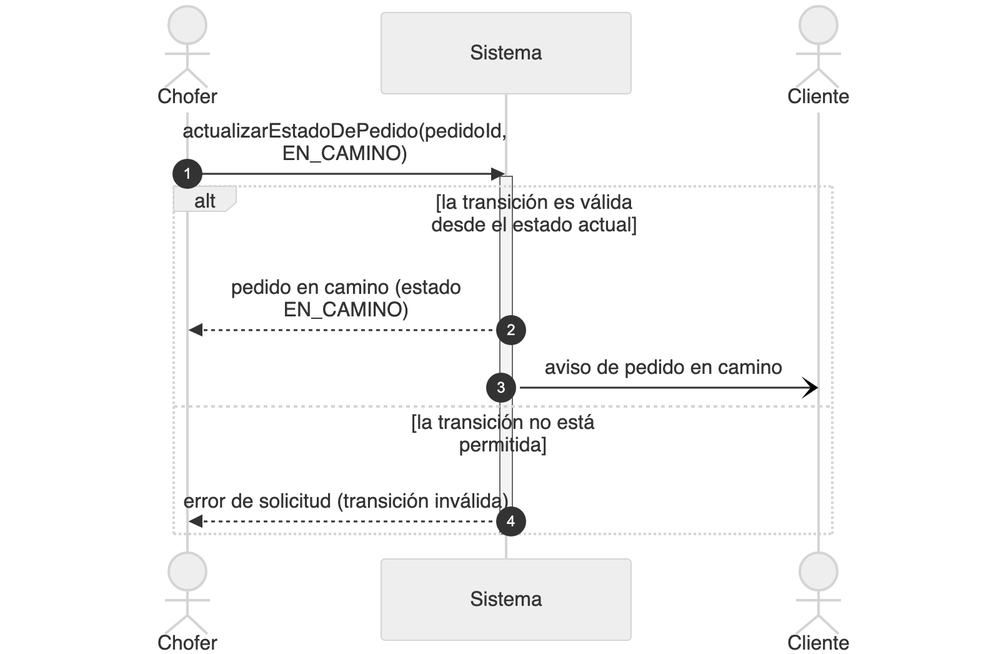
The Mermaid diagram diagramas/png/DSS_CU-018_Marcar-Pedido-En-Camino.png in Nahuelito-Dev/splg-docs, before a commit. Its source is kept beside it as diagramas/DSS_CU-018_Marcar-Pedido-En-Camino.mmd.
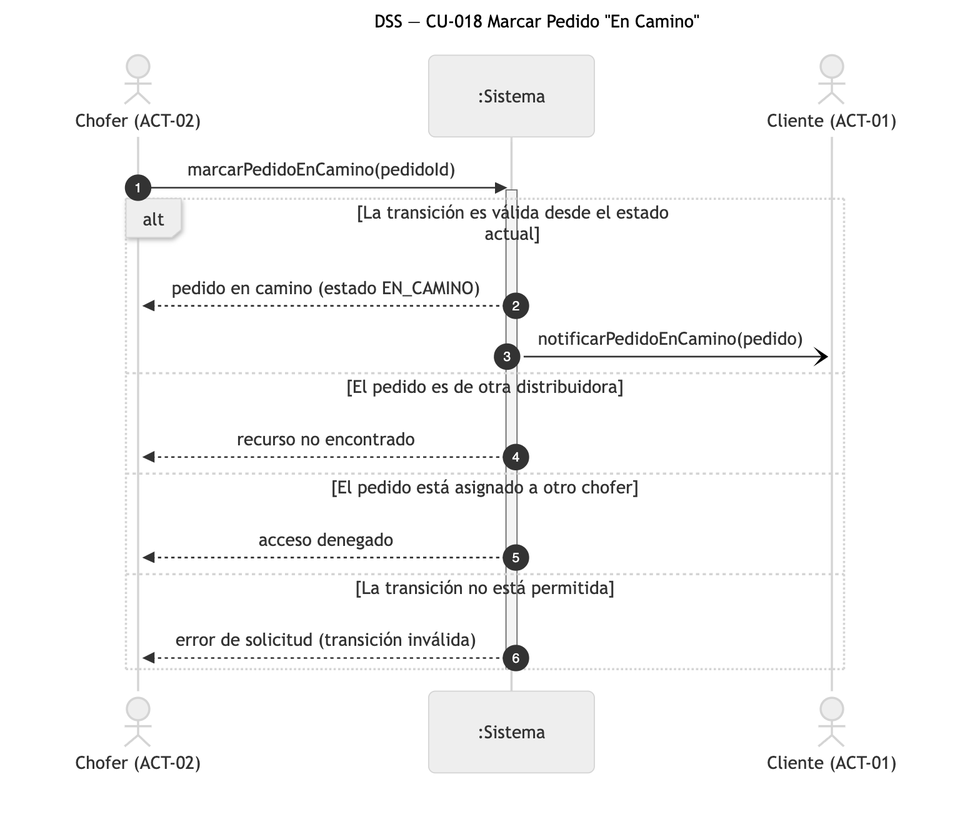
Later version of the same file.

The edit, as a diff of the source:
```diff
@@ -1,20 +1,20 @@
 sequenceDiagram
-    title DSS — CU-018 Marcar Pedido En Camino
+    title DSS — CU-018 Marcar Pedido "En Camino"
     autonumber
-    actor CHO as Chofer
-    participant SIS as Sistema
-    actor CLI as Cliente
+    actor CHO as Chofer (ACT-02)
+    participant SIS as :Sistema
+    actor CLI as Cliente (ACT-01)
 
-    CHO->>SIS: actualizarEstadoDePedido(pedidoId, EN_CAMINO)
+    CHO->>SIS: marcarPedidoEnCamino(pedidoId)
     activate SIS
-    alt la transición es válida desde el estado actual
+    alt La transición es válida desde el estado actual
         SIS-->>CHO: pedido en camino (estado EN_CAMINO)
-        SIS-)CLI: aviso de pedido en camino
-    else el pedido es de otra distribuidora
+        SIS-)CLI: notificarPedidoEnCamino(pedido)
+    else El pedido es de otra distribuidora
         SIS-->>CHO: recurso no encontrado
-    else el pedido está asignado a otro chofer
+    else El pedido está asignado a otro chofer
         SIS-->>CHO: acceso denegado
-    else la transición no está permitida
+    else La transición no está permitida
         SIS-->>CHO: error de solicitud (transición inválida)
     end
     deactivate SIS
```
